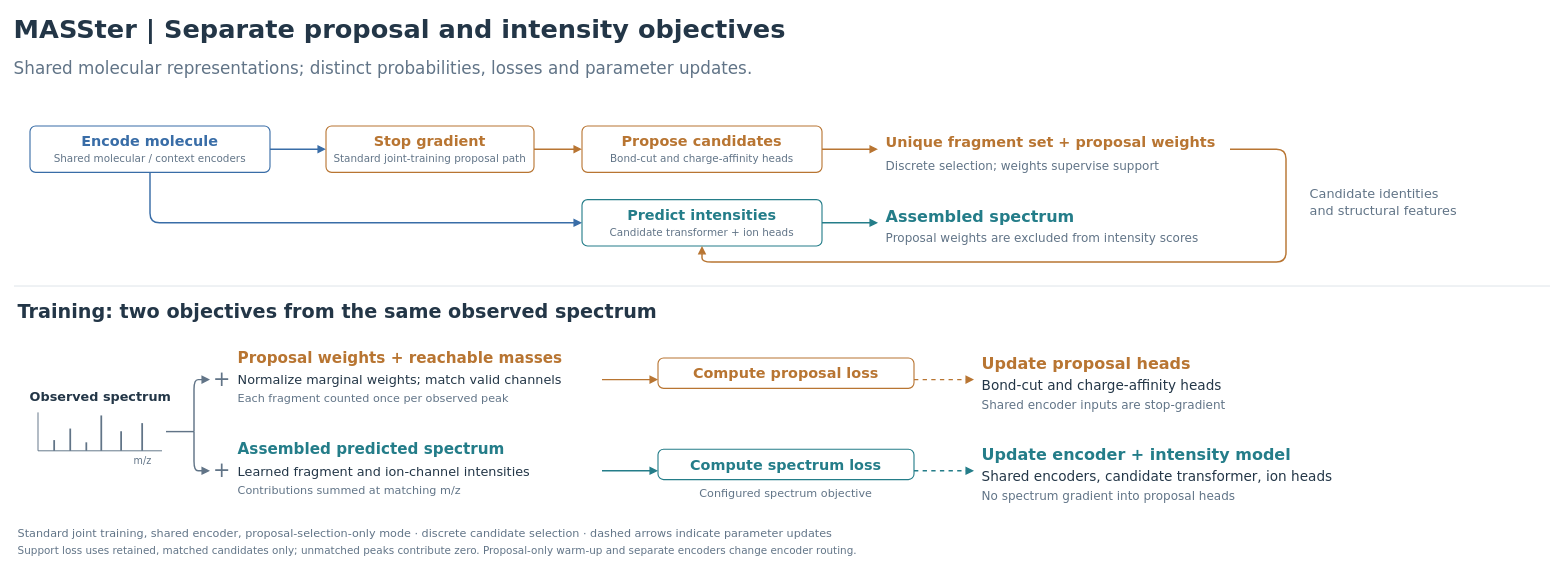
This is page "MASSter decoupled design" (2 of 6) of docs/figures/masster_figures.drawio from LZhang98/fragnnet, a draw.io file, before an edit. Source tidied: cells renumbered, new cells numbered last; positions are measured from the earlier drawing's top-left corner, leaving out a move shared by most shapes. Both pictures are drawn from the tidied source at 80%, with x=0, y=0 at pixel (14, 14).
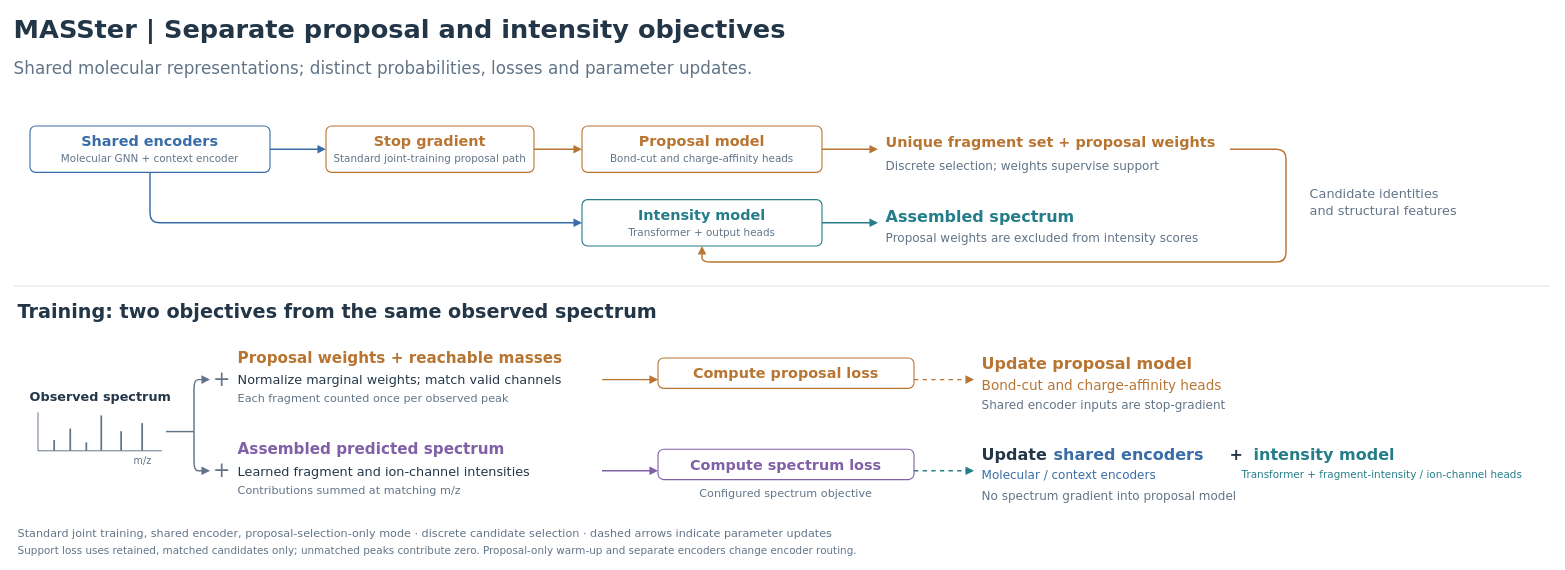
Above is the later version.

Diff of the diagram source:
```diff
@@
-    <mxCell id="5" value="Encode molecule" style="text;html=0;whiteSpace=wrap;fillColor=none;strokeColor=none;fontFamily=DejaVu Sans;fontSize=18;fontColor=#396DA7;fontStyle=1;align=center;verticalAlign=middle;spacing=0;" parent="1" vertex="1">
+    <mxCell id="5" value="Shared encoders" style="text;html=0;whiteSpace=wrap;fillColor=none;strokeColor=none;fontFamily=DejaVu Sans;fontSize=18;fontColor=#396DA7;fontStyle=1;align=center;verticalAlign=middle;spacing=0;" parent="1" vertex="1">
       <mxGeometry x="27" y="148" width="286" height="22.5" as="geometry" />
     </mxCell>
-    <mxCell id="6" value="Shared molecular / context encoders" style="text;html=0;whiteSpace=wrap;fillColor=none;strokeColor=none;fontFamily=DejaVu Sans;fontSize=13;fontColor=#617487;fontStyle=0;align=center;verticalAlign=middle;spacing=0;" parent="1" vertex="1">
+    <mxCell id="6" value="Molecular GNN + context encoder" style="text;html=0;whiteSpace=wrap;fillColor=none;strokeColor=none;fontFamily=DejaVu Sans;fontSize=13;fontColor=#617487;fontStyle=0;align=center;verticalAlign=middle;spacing=0;" parent="1" vertex="1">
       <mxGeometry x="26" y="173" width="288" height="16.2" as="geometry" />
     </mxCell>
@@
-    <mxCell id="13" value="Propose candidates" style="text;html=0;whiteSpace=wrap;fillColor=none;strokeColor=none;fontFamily=DejaVu Sans;fontSize=18;fontColor=#B87532;fontStyle=1;align=center;verticalAlign=middle;spacing=0;" parent="1" vertex="1">
+    <mxCell id="13" value="Proposal model" style="text;html=0;whiteSpace=wrap;fillColor=none;strokeColor=none;fontFamily=DejaVu Sans;fontSize=18;fontColor=#B87532;fontStyle=1;align=center;verticalAlign=middle;spacing=0;" parent="1" vertex="1">
       <mxGeometry x="717" y="148" width="286" height="22.5" as="geometry" />
     </mxCell>
@@
-    <mxCell id="20" value="Predict intensities" style="text;html=0;whiteSpace=wrap;fillColor=none;strokeColor=none;fontFamily=DejaVu Sans;fontSize=18;fontColor=#247D89;fontStyle=1;align=center;verticalAlign=middle;spacing=0;" parent="1" vertex="1">
+    <mxCell id="20" value="Intensity model" style="text;html=0;whiteSpace=wrap;fillColor=none;strokeColor=none;fontFamily=DejaVu Sans;fontSize=18;fontColor=#247D89;fontStyle=1;align=center;verticalAlign=middle;spacing=0;" parent="1" vertex="1">
       <mxGeometry x="717" y="240" width="286" height="22.5" as="geometry" />
     </mxCell>
-    <mxCell id="21" value="Candidate transformer + ion heads" style="text;html=0;whiteSpace=wrap;fillColor=none;strokeColor=none;fontFamily=DejaVu Sans;fontSize=13;fontColor=#617487;fontStyle=0;align=center;verticalAlign=middle;spacing=0;" parent="1" vertex="1">
+    <mxCell id="21" value="Transformer + output heads" style="text;html=0;whiteSpace=wrap;fillColor=none;strokeColor=none;fontFamily=DejaVu Sans;fontSize=13;fontColor=#617487;fontStyle=0;align=center;verticalAlign=middle;spacing=0;" parent="1" vertex="1">
       <mxGeometry x="716" y="265" width="288" height="16.2" as="geometry" />
     </mxCell>
@@
-    <mxCell id="46" style="edgeStyle=none;rounded=1;arcSize=24;html=0;strokeColor=#247D89;strokeWidth=1.8;endArrow=block;endFill=1;endSize=6;dashed=0;" parent="1" edge="1">
+    <mxCell id="46" style="edgeStyle=none;rounded=1;arcSize=24;html=0;strokeColor=#8060A6;strokeWidth=1.8;endArrow=block;endFill=1;endSize=6;dashed=0;" parent="1" edge="1">
       <mxGeometry relative="1" as="geometry">
         <mxPoint x="735" y="571" as="sourcePoint" />
         <mxPoint x="805" y="571" as="targetPoint" />
       </mxGeometry>
     </mxCell>
@@
-    <mxCell id="53" value="Update proposal heads" style="text;html=0;whiteSpace=wrap;fillColor=none;strokeColor=none;fontFamily=DejaVu Sans;fontSize=20;fontColor=#B87532;fontStyle=1;align=left;verticalAlign=middle;spacing=0;" parent="1" vertex="1">
+    <mxCell id="53" value="Update proposal model" style="text;html=0;whiteSpace=wrap;fillColor=none;strokeColor=none;fontFamily=DejaVu Sans;fontSize=20;fontColor=#B87532;fontStyle=1;align=left;verticalAlign=middle;spacing=0;" parent="1" vertex="1">
       <mxGeometry x="1210" y="423" width="650" height="25" as="geometry" />
     </mxCell>
-    <mxCell id="54" value="Bond-cut and charge-affinity heads" style="text;html=0;whiteSpace=wrap;fillColor=none;strokeColor=none;fontFamily=DejaVu Sans;fontSize=17;fontColor=#233647;fontStyle=0;align=left;verticalAlign=middle;spacing=0;" parent="1" vertex="1">
+    <mxCell id="54" value="Bond-cut and charge-affinity heads" style="text;html=0;whiteSpace=wrap;fillColor=none;strokeColor=none;fontFamily=DejaVu Sans;fontSize=17;fontColor=#B87532;fontStyle=0;align=left;verticalAlign=middle;spacing=0;" parent="1" vertex="1">
       <mxGeometry x="1210" y="453" width="650" height="21.2" as="geometry" />
     </mxCell>
@@
-    <mxCell id="56" value="Assembled predicted spectrum" style="text;html=0;whiteSpace=wrap;fillColor=none;strokeColor=none;fontFamily=DejaVu Sans;fontSize=19;fontColor=#247D89;fontStyle=1;align=left;verticalAlign=middle;spacing=0;" parent="1" vertex="1">
+    <mxCell id="56" value="Assembled predicted spectrum" style="text;html=0;whiteSpace=wrap;fillColor=none;strokeColor=none;fontFamily=DejaVu Sans;fontSize=19;fontColor=#8060A6;fontStyle=1;align=left;verticalAlign=middle;spacing=0;" parent="1" vertex="1">
       <mxGeometry x="280" y="532" width="440" height="23.8" as="geometry" />
     </mxCell>
@@
-    <mxCell id="59" style="html=0;rounded=1;absoluteArcSize=1;arcSize=14;fillColor=#FFFFFF;strokeColor=#247D89;strokeWidth=1.4;" parent="1" vertex="1">
+    <mxCell id="59" style="html=0;rounded=1;absoluteArcSize=1;arcSize=14;fillColor=#FFFFFF;strokeColor=#8060A6;strokeWidth=1.4;" parent="1" vertex="1">
       <mxGeometry x="805" y="544" width="320" height="38" as="geometry" />
     </mxCell>
-    <mxCell id="60" value="Compute spectrum loss" style="text;html=0;whiteSpace=wrap;fillColor=none;strokeColor=none;fontFamily=DejaVu Sans;fontSize=18;fontColor=#247D89;fontStyle=1;align=center;verticalAlign=middle;spacing=0;" parent="1" vertex="1">
+    <mxCell id="60" value="Compute spectrum loss" style="text;html=0;whiteSpace=wrap;fillColor=none;strokeColor=none;fontFamily=DejaVu Sans;fontSize=18;fontColor=#8060A6;fontStyle=1;align=center;verticalAlign=middle;spacing=0;" parent="1" vertex="1">
       <mxGeometry x="812" y="552" width="306" height="22.5" as="geometry" />
     </mxCell>
@@
-    <mxCell id="62" value="Update encoder + intensity model" style="text;html=0;whiteSpace=wrap;fillColor=none;strokeColor=none;fontFamily=DejaVu Sans;fontSize=20;fontColor=#247D89;fontStyle=1;align=left;verticalAlign=middle;spacing=0;" parent="1" vertex="1">
-      <mxGeometry x="1210" y="537" width="650" height="25" as="geometry" />
+    <mxCell id="62" value="Update" style="text;html=0;whiteSpace=wrap;fillColor=none;strokeColor=none;fontFamily=DejaVu Sans;fontSize=20;fontColor=#233647;fontStyle=1;align=left;verticalAlign=middle;spacing=0;" parent="1" vertex="1">
+      <mxGeometry x="1210" y="537" width="90" height="25" as="geometry" />
     </mxCell>
-    <mxCell id="63" value="Shared encoders, candidate transformer, ion heads" style="text;html=0;whiteSpace=wrap;fillColor=none;strokeColor=none;fontFamily=DejaVu Sans;fontSize=17;fontColor=#233647;fontStyle=0;align=left;verticalAlign=middle;spacing=0;" parent="1" vertex="1">
-      <mxGeometry x="1210" y="567" width="650" height="21.2" as="geometry" />
+    <mxCell id="63" value="shared encoders" style="text;html=0;whiteSpace=wrap;fillColor=none;strokeColor=none;fontFamily=DejaVu Sans;fontSize=20;fontColor=#396DA7;fontStyle=1;align=left;verticalAlign=middle;spacing=0;" parent="1" vertex="1">
+      <mxGeometry x="1300" y="537" width="225" height="25" as="geometry" />
     </mxCell>
-    <mxCell id="64" value="No spectrum gradient into proposal heads" style="text;html=0;whiteSpace=wrap;fillColor=none;strokeColor=none;fontFamily=DejaVu Sans;fontSize=15;fontColor=#617487;fontStyle=0;align=left;verticalAlign=middle;spacing=0;" parent="1" vertex="1">
-      <mxGeometry x="1210" y="593" width="650" height="18.8" as="geometry" />
+    <mxCell id="64" value="+" style="text;html=0;whiteSpace=wrap;fillColor=none;strokeColor=none;fontFamily=DejaVu Sans;fontSize=20;fontColor=#233647;fontStyle=1;align=left;verticalAlign=middle;spacing=0;" parent="1" vertex="1">
+      <mxGeometry x="1520" y="537" width="25" height="25" as="geometry" />
     </mxCell>
-    <mxCell id="65" value="Standard joint training, shared encoder, proposal-selection-only mode · discrete candidate selection · dashed arrows indicate parameter updates" style="text;html=0;whiteSpace=wrap;fillColor=none;strokeColor=none;fontFamily=DejaVu Sans;fontSize=14;fontColor=#617487;fontStyle=0;align=left;verticalAlign=middle;spacing=0;" parent="1" vertex="1">
-      <mxGeometry x="5" y="640" width="1910" height="17.5" as="geometry" />
+    <mxCell id="65" value="intensity model" style="text;html=0;whiteSpace=wrap;fillColor=none;strokeColor=none;fontFamily=DejaVu Sans;fontSize=20;fontColor=#247D89;fontStyle=1;align=left;verticalAlign=middle;spacing=0;" parent="1" vertex="1">
+      <mxGeometry x="1550" y="537" width="340" height="25" as="geometry" />
     </mxCell>
-    <mxCell id="66" value="Support loss uses retained, matched candidates only; unmatched peaks contribute zero. Proposal-only warm-up and separate encoders change encoder routing." style="text;html=0;whiteSpace=wrap;fillColor=none;strokeColor=none;fontFamily=DejaVu Sans;fontSize=13;fontColor=#617487;fontStyle=0;align=left;verticalAlign=middle;spacing=0;" parent="1" vertex="1">
-      <mxGeometry x="5" y="662" width="1910" height="16.2" as="geometry" />
+    <mxCell id="66" value="Molecular / context encoders" style="text;html=0;whiteSpace=wrap;fillColor=none;strokeColor=none;fontFamily=DejaVu Sans;fontSize=15;fontColor=#396DA7;fontStyle=0;align=left;verticalAlign=middle;spacing=0;" parent="1" vertex="1">
+      <mxGeometry x="1210" y="567" width="315" height="18.8" as="geometry" />
     </mxCell>
+    <mxCell id="67" value="Transformer + fragment-intensity / ion-channel heads" style="text;html=0;whiteSpace=wrap;fillColor=none;strokeColor=none;fontFamily=DejaVu Sans;fontSize=13;fontColor=#247D89;fontStyle=0;align=left;verticalAlign=middle;spacing=0;" parent="1" vertex="1">
+      <mxGeometry x="1535" y="567" width="380" height="16.2" as="geometry" />
+    </mxCell>
+    <mxCell id="68" value="No spectrum gradient into proposal model" style="text;html=0;whiteSpace=wrap;fillColor=none;strokeColor=none;fontFamily=DejaVu Sans;fontSize=15;fontColor=#617487;fontStyle=0;align=left;verticalAlign=middle;spacing=0;" parent="1" vertex="1">
+      <mxGeometry x="1210" y="593" width="650" height="18.8" as="geometry" />
+    </mxCell>
+    <mxCell id="69" value="Standard joint training, shared encoder, proposal-selection-only mode · discrete candidate selection · dashed arrows indicate parameter updates" style="text;html=0;whiteSpace=wrap;fillColor=none;strokeColor=none;fontFamily=DejaVu Sans;fontSize=14;fontColor=#617487;fontStyle=0;align=left;verticalAlign=middle;spacing=0;" parent="1" vertex="1">
+      <mxGeometry x="5" y="640" width="1910" height="17.5" as="geometry" />
+    </mxCell>
+    <mxCell id="70" value="Support loss uses retained, matched candidates only; unmatched peaks contribute zero. Proposal-only warm-up and separate encoders change encoder routing." style="text;html=0;whiteSpace=wrap;fillColor=none;strokeColor=none;fontFamily=DejaVu Sans;fontSize=13;fontColor=#617487;fontStyle=0;align=left;verticalAlign=middle;spacing=0;" parent="1" vertex="1">
+      <mxGeometry x="5" y="662" width="1910" height="16.2" as="geometry" />
+    </mxCell>
```
